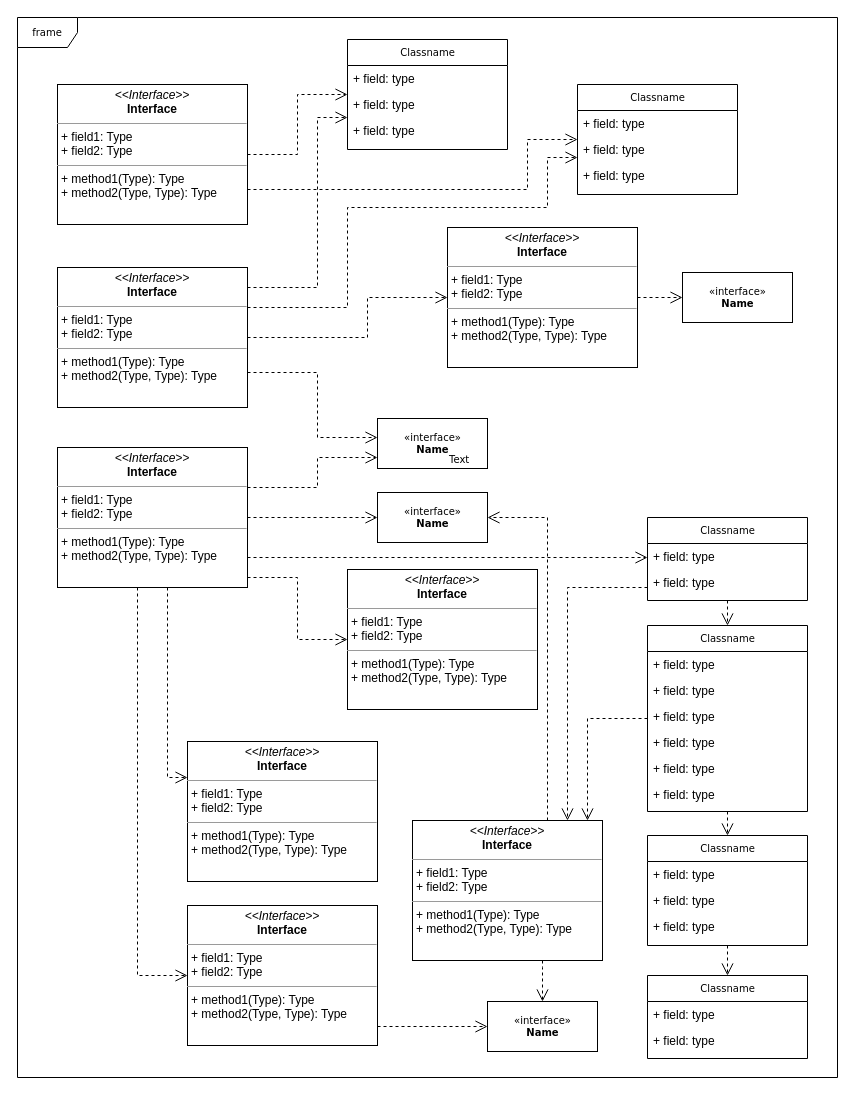
This is diagramme_des_classes.drawio from LeProdige07/DrawUML, a draw.io file, before an edit. Source tidied: cells renumbered, new cells numbered last; positions are measured from the earlier drawing's top-left corner, leaving out a move shared by most shapes. Both pictures are drawn from the tidied source at 100%, with x=0, y=0 at pixel (17, 17).
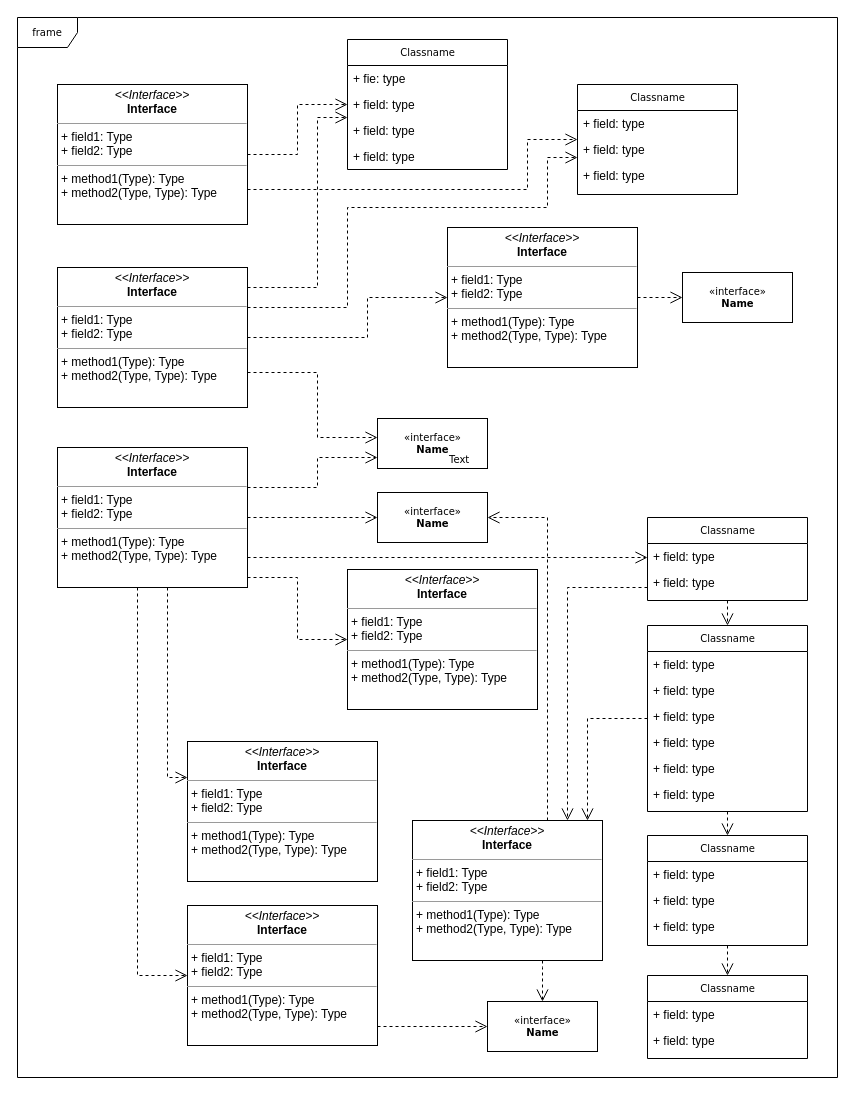
Above is the later version.

The edit, as a diff of the source:
```diff
@@
     <mxCell id="12" value="Classname" style="swimlane;html=1;fontStyle=0;horizontal=1;startSize=26;fillColor=none;swimlaneFillColor=#ffffff;rounded=0;shadow=0;comic=0;labelBackgroundColor=none;strokeWidth=1;fontFamily=Verdana;fontSize=10;align=center;" parent="1" vertex="1">
-      <mxGeometry x="330" y="22" width="160" height="110" as="geometry" />
+      <mxGeometry x="330" y="22" width="160" height="130" as="geometry" />
     </mxCell>
-    <mxCell id="13" value="+ field: type" style="text;html=1;strokeColor=none;fillColor=none;align=left;verticalAlign=top;spacingLeft=4;spacingRight=4;whiteSpace=wrap;overflow=hidden;" parent="12" vertex="1">
+    <mxCell id="13" value="+ fie: type" style="text;html=1;strokeColor=none;fillColor=none;align=left;verticalAlign=top;spacingLeft=4;spacingRight=4;whiteSpace=wrap;overflow=hidden;" parent="12" vertex="1">
       <mxGeometry y="26" width="160" height="26" as="geometry" />
     </mxCell>
@@
+    <mxCell id="62" value="+ field: type" style="text;html=1;strokeColor=none;fillColor=none;align=left;verticalAlign=top;spacingLeft=4;spacingRight=4;whiteSpace=wrap;overflow=hidden;" parent="12" vertex="1">
+      <mxGeometry y="104" width="160" height="26" as="geometry" />
+    </mxCell>
```
